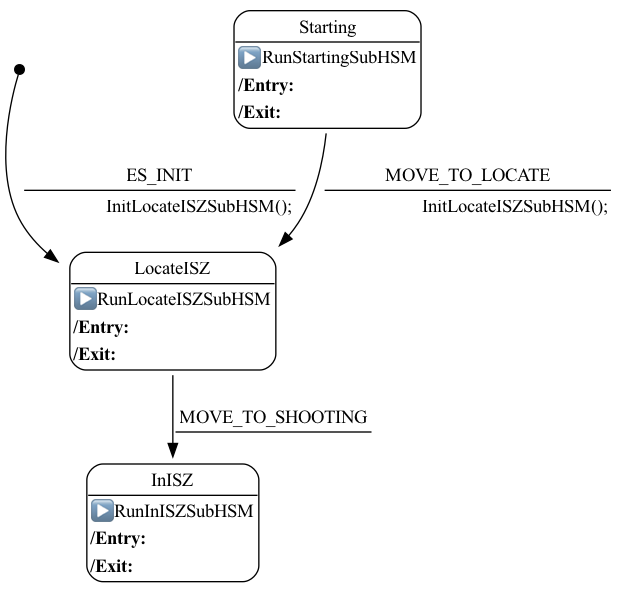
Before: final.X/BotHSM.c.png, a diagram exported from Graphviz (kjconway5/ece118final). Its source is kept beside it as final.X/BotHSM.c.gv. Source of this version:
```dot
digraph fsm {

InitPState[shape = "point", color = "black",style="filled",width=.1,forcelabels=false];

    node [shape=plaintext]

    Starting [label=<<TABLE BORDER="1" CELLBORDER="0" CELLSPACING="0" style="rounded">
        <TR>
            <TD BORDER="1" SIDES="B">Starting</TD>
        </TR>
        <TR>
            <TD ALIGN="LEFT">▶️ RunStartingSubHSM</TD>
        </TR>

        <TR>
            <TD ALIGN="LEFT"><B>/Entry: </B></TD>
        </TR>
        <TR>
            <TD ALIGN="LEFT"><B>/Exit: </B></TD>
        </TR>
</TABLE>>];


    LocateISZ [label=<<TABLE BORDER="1" CELLBORDER="0" CELLSPACING="0" style="rounded">
        <TR>
            <TD BORDER="1" SIDES="B">LocateISZ</TD>
        </TR>
        <TR>
            <TD ALIGN="LEFT">▶️ RunLocateISZSubHSM</TD>
        </TR>

        <TR>
            <TD ALIGN="LEFT"><B>/Entry: </B></TD>
        </TR>
        <TR>
            <TD ALIGN="LEFT"><B>/Exit: </B></TD>
        </TR>
</TABLE>>];


    InISZ [label=<<TABLE BORDER="1" CELLBORDER="0" CELLSPACING="0" style="rounded">
        <TR>
            <TD BORDER="1" SIDES="B">InISZ</TD>
        </TR>
        <TR>
            <TD ALIGN="LEFT">▶️ RunInISZSubHSM</TD>
        </TR>

        <TR>
            <TD ALIGN="LEFT"><B>/Entry: </B></TD>
        </TR>
        <TR>
            <TD ALIGN="LEFT"><B>/Exit: </B></TD>
        </TR>
</TABLE>>];



InitPState -> LocateISZ[label=<<TABLE BORDER="0" CELLBORDER="0">
        <TR><TD BORDER="1" SIDES="B">ES_INIT</TD></TR>
            <TR><TD ALIGN="LEFT">                InitLocateISZSubHSM();</TD></TR>
        </TABLE>>];

Starting -> LocateISZ[label=<<TABLE BORDER="0" CELLBORDER="0">
        <TR><TD BORDER="1" SIDES="B">MOVE_TO_LOCATE</TD></TR>
            <TR><TD ALIGN="LEFT">                   InitLocateISZSubHSM();</TD></TR>
        </TABLE>>];

LocateISZ -> InISZ[label=<<TABLE BORDER="0" CELLBORDER="0">
        <TR><TD BORDER="1" SIDES="B">MOVE_TO_SHOOTING</TD></TR>
        </TABLE>>];


}
```
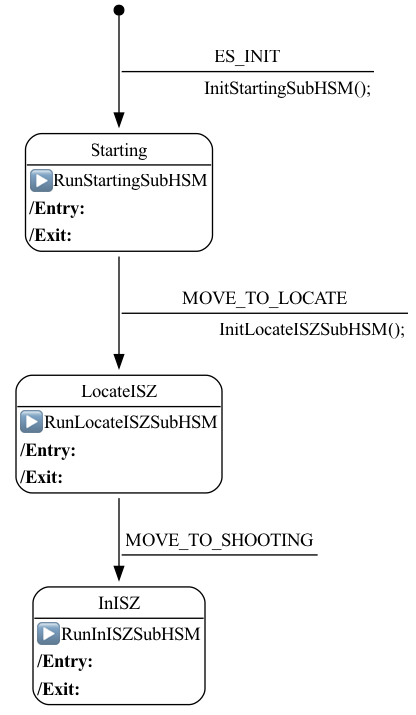
The same diagram one commit later.

Change to the diagram source:
```diff
@@ -56,9 +56,9 @@
 
 
 
-InitPState -> LocateISZ[label=<<TABLE BORDER="0" CELLBORDER="0">
+InitPState -> Starting[label=<<TABLE BORDER="0" CELLBORDER="0">
         <TR><TD BORDER="1" SIDES="B">ES_INIT</TD></TR>
-            <TR><TD ALIGN="LEFT">                InitLocateISZSubHSM();</TD></TR>
+            <TR><TD ALIGN="LEFT">                InitStartingSubHSM();</TD></TR>
         </TABLE>>];
 
 Starting -> LocateISZ[label=<<TABLE BORDER="0" CELLBORDER="0">
```
